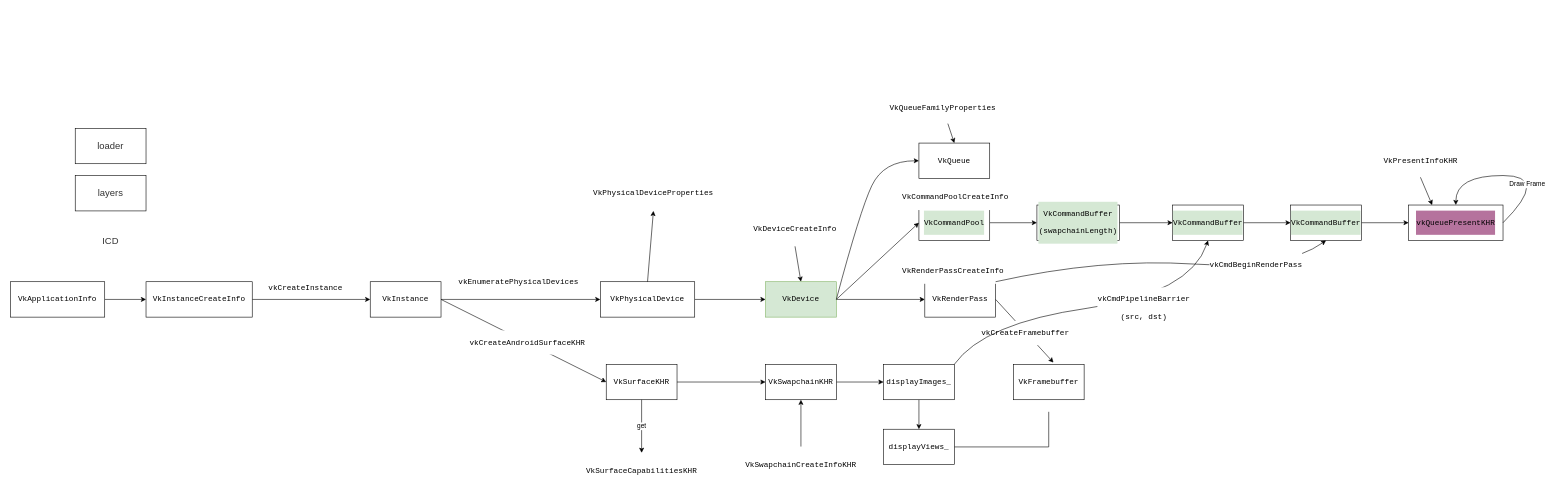
Above: vulkan.drawio in loleng/mediatools (draw.io), before the change. Source tidied: cells renumbered, new cells numbered last; positions are measured from the earlier drawing's top-left corner, leaving out a move shared by most shapes. Both pictures are drawn from the tidied source at 59%, with x=0, y=0 at pixel (10, 93).
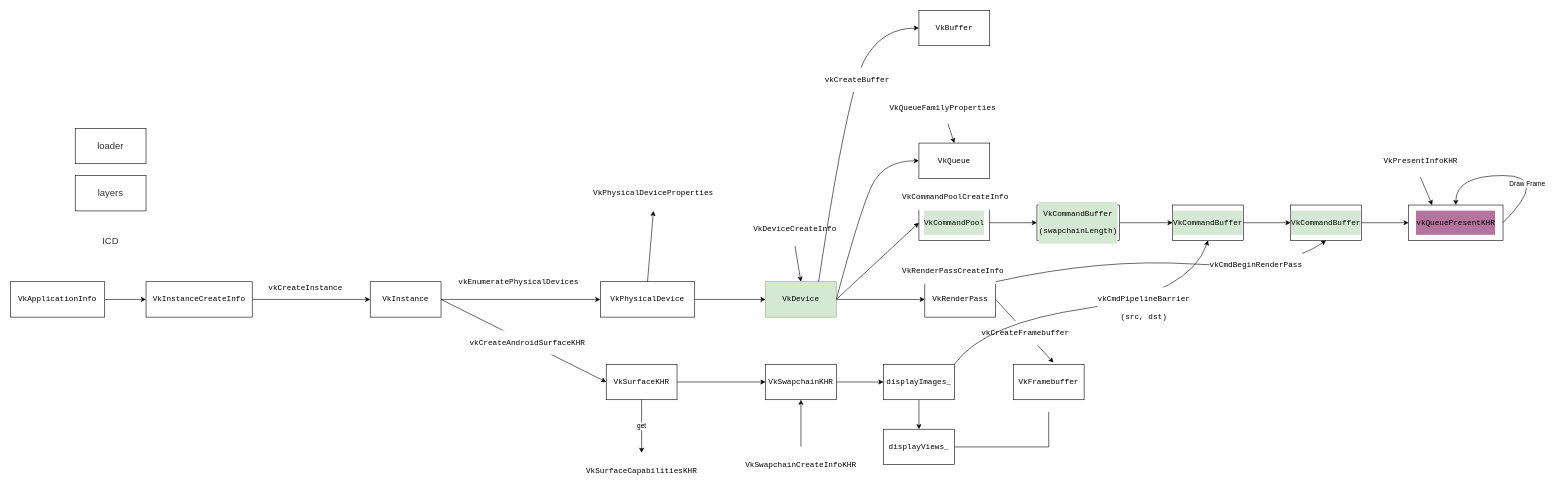
The same page after the edit.

Unchanged cells that the change refers to:
```xml
<mxCell id="25" value="&lt;pre style=&quot;font-family: &amp;quot;jetbrains mono&amp;quot;, monospace; font-size: 9.8pt;&quot;&gt;&lt;span style=&quot;&quot;&gt;VkDevice&lt;/span&gt;&lt;/pre&gt;" style="whiteSpace=wrap;html=1;fillColor=#D5E8D4;labelBackgroundColor=#D5E8D4;strokeColor=#82B366;" parent="1" vertex="1">
  <mxGeometry x="1280" y="320" width="120" height="60" as="geometry" />
</mxCell>
```

What changed in the source:
```diff
@@
+    <mxCell id="65" value="&lt;pre style=&quot;font-family: &amp;quot;jetbrains mono&amp;quot; , monospace ; font-size: 9.8pt&quot;&gt;&lt;pre style=&quot;font-family: &amp;quot;jetbrains mono&amp;quot;, monospace; font-size: 9.8pt;&quot;&gt;&lt;span style=&quot;&quot;&gt;VkBuffer&lt;/span&gt;&lt;/pre&gt;&lt;/pre&gt;" style="whiteSpace=wrap;html=1;fontColor=#000000;fillColor=#FFFFFF;labelBackgroundColor=#FFFFFF;" parent="1" vertex="1">
+      <mxGeometry x="1540" y="-140" width="120" height="60" as="geometry" />
+    </mxCell>
+    <mxCell id="66" style="curved=1;endArrow=classic;html=1;rounded=0;fontColor=#000000;exitX=0.75;exitY=0;exitDx=0;exitDy=0;entryX=0;entryY=0.5;entryDx=0;entryDy=0;" parent="1" edge="1" source="25" target="65">
+      <mxGeometry relative="1" as="geometry">
+        <Array as="points">
+          <mxPoint x="1420" y="-10" />
+          <mxPoint x="1480" y="-110" />
+        </Array>
+      </mxGeometry>
+    </mxCell>
+    <mxCell id="67" value="&lt;pre style=&quot;font-family: &amp;quot;jetbrains mono&amp;quot;, monospace; font-size: 9.8pt;&quot;&gt;vkCreateBuffer&lt;/pre&gt;" style="edgeLabel;html=1;align=center;verticalAlign=middle;fontColor=#000000;labelBackgroundColor=#FFFFFF;" parent="66" vertex="1">
+      <mxGeometry x="0.38" y="-6" relative="1" as="geometry" />
+    </mxCell>
```
